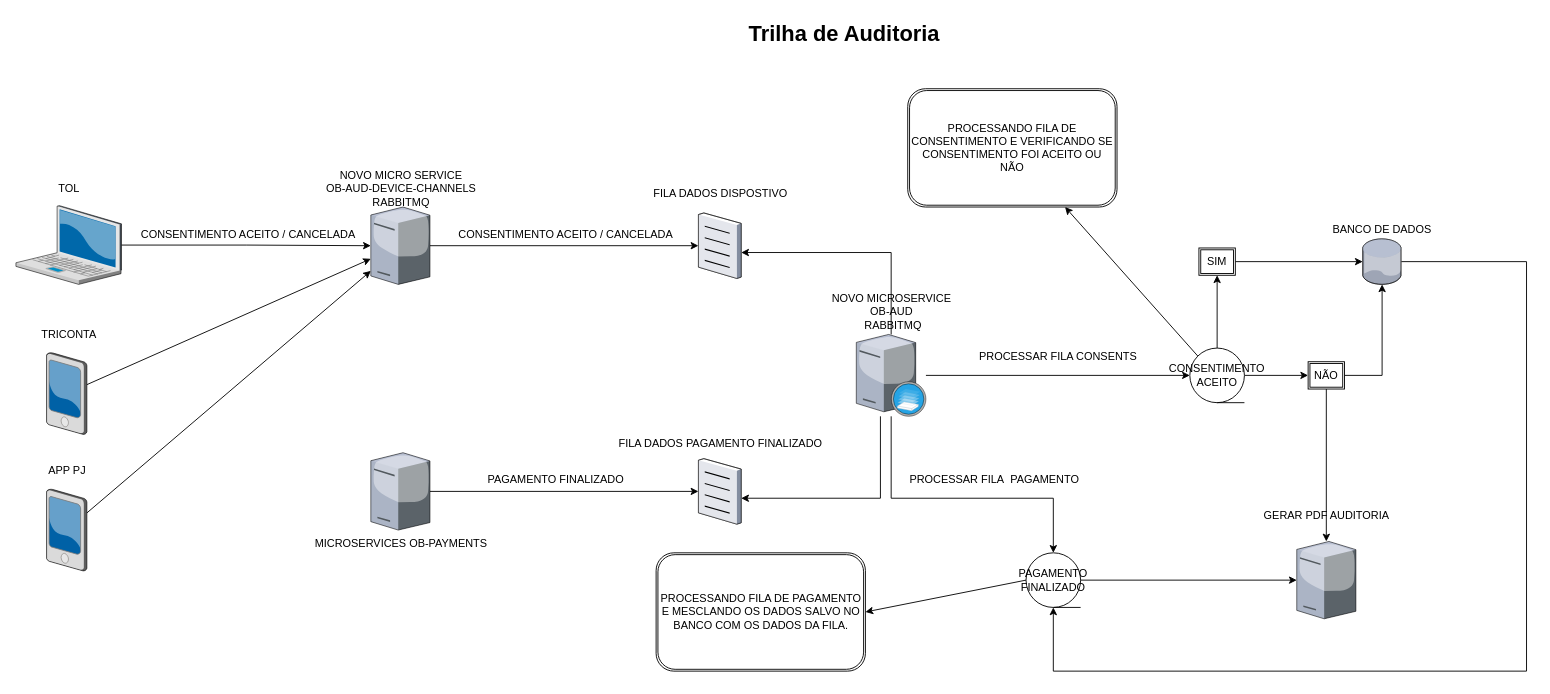
Above: page "Page-1" (1 of 2) of Untitled Diagram.drawio in jhonathangimenes/RabbitMQ (draw.io), before the change. Source tidied: cells renumbered, new cells numbered last; positions are measured from the earlier drawing's top-left corner, leaving out a move shared by most shapes. Both pictures are drawn from the tidied source at 91%, with x=0, y=0 at pixel (15, 15).
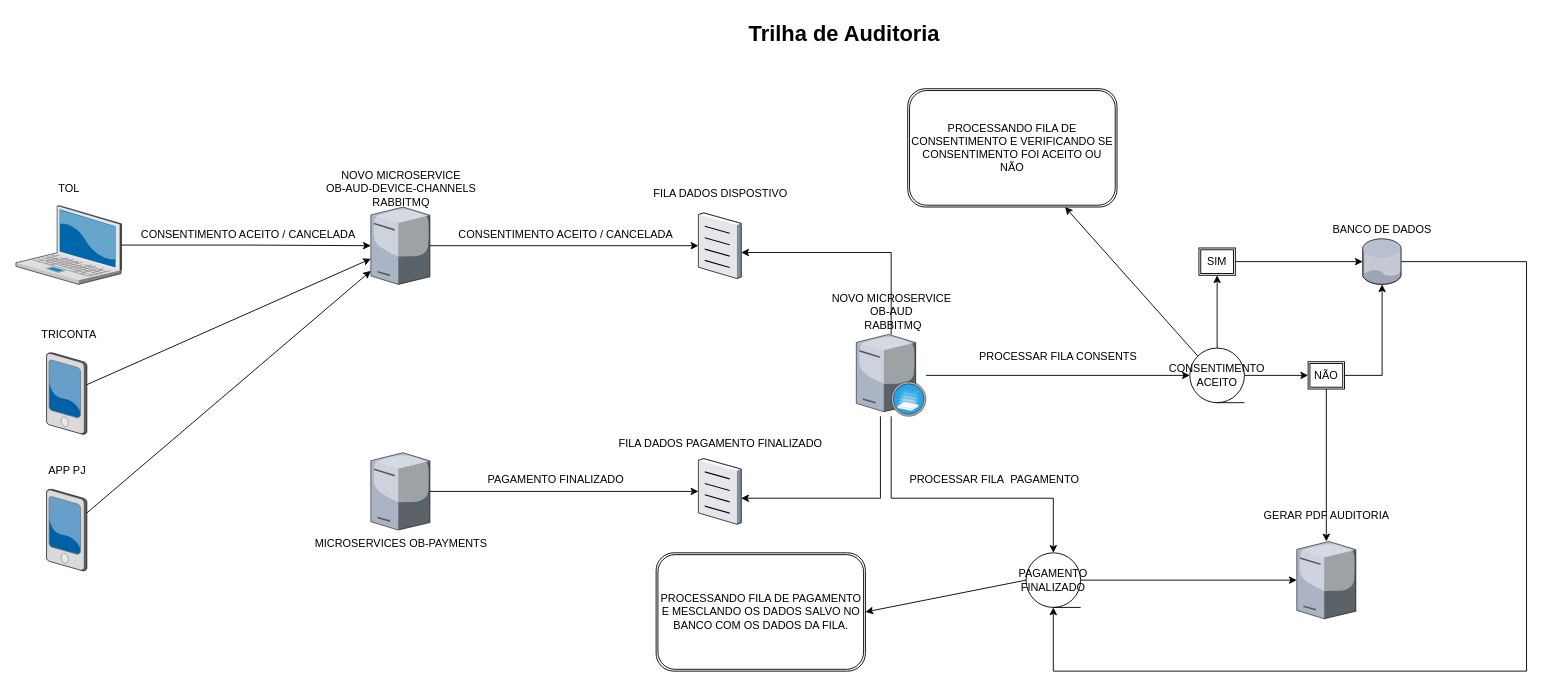
The same page after the edit.

Diff of the diagram source:
```diff
@@
-    <mxCell id="8" value="NOVO MICRO SERVICE&lt;br&gt;OB-AUD-DEVICE-CHANNELS&lt;br&gt;RABBITMQ" style="text;html=1;align=center;verticalAlign=middle;strokeColor=none;fillColor=none;" parent="1" vertex="1">
+    <mxCell id="8" value="NOVO MICROSERVICE&lt;br&gt;OB-AUD-DEVICE-CHANNELS&lt;br&gt;RABBITMQ" style="text;html=1;align=center;verticalAlign=middle;strokeColor=none;fillColor=none;" parent="1" vertex="1">
       <mxGeometry x="332.5" y="165" width="180" height="50" as="geometry" />
     </mxCell>
```
